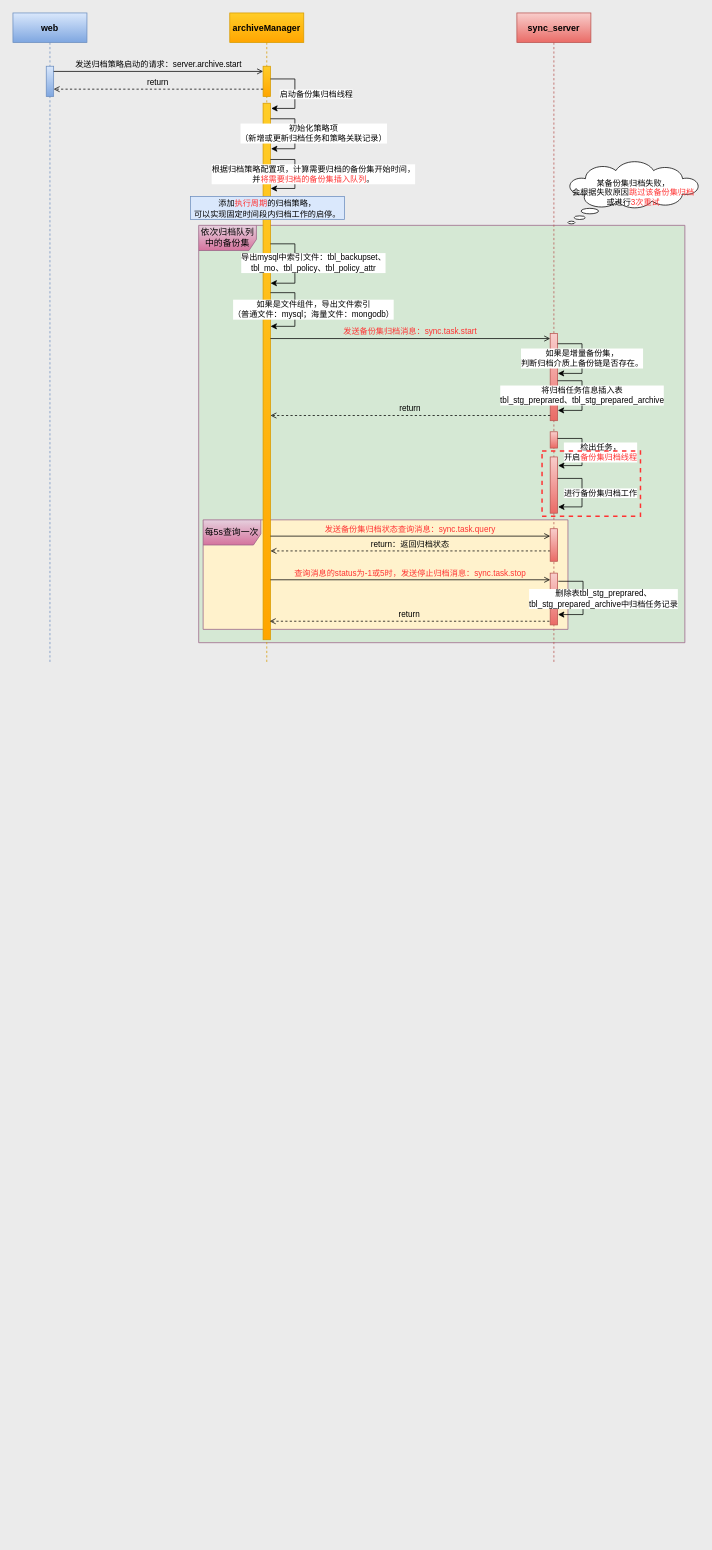
Earlier version of the draw.io diagram page "归档时序图" (6 of 13) of 02-unary_work/01-黑方6.8版本归档模块/黑方V6.8归档服务模块sync_server原理图.drawio (chenzhaoguo/UML). Source tidied: cells renumbered, new cells numbered last; positions are measured from the earlier drawing's top-left corner, leaving out a move shared by most shapes. Both pictures are drawn from the tidied source at 74%, with x=0, y=0 at pixel (13, 13).
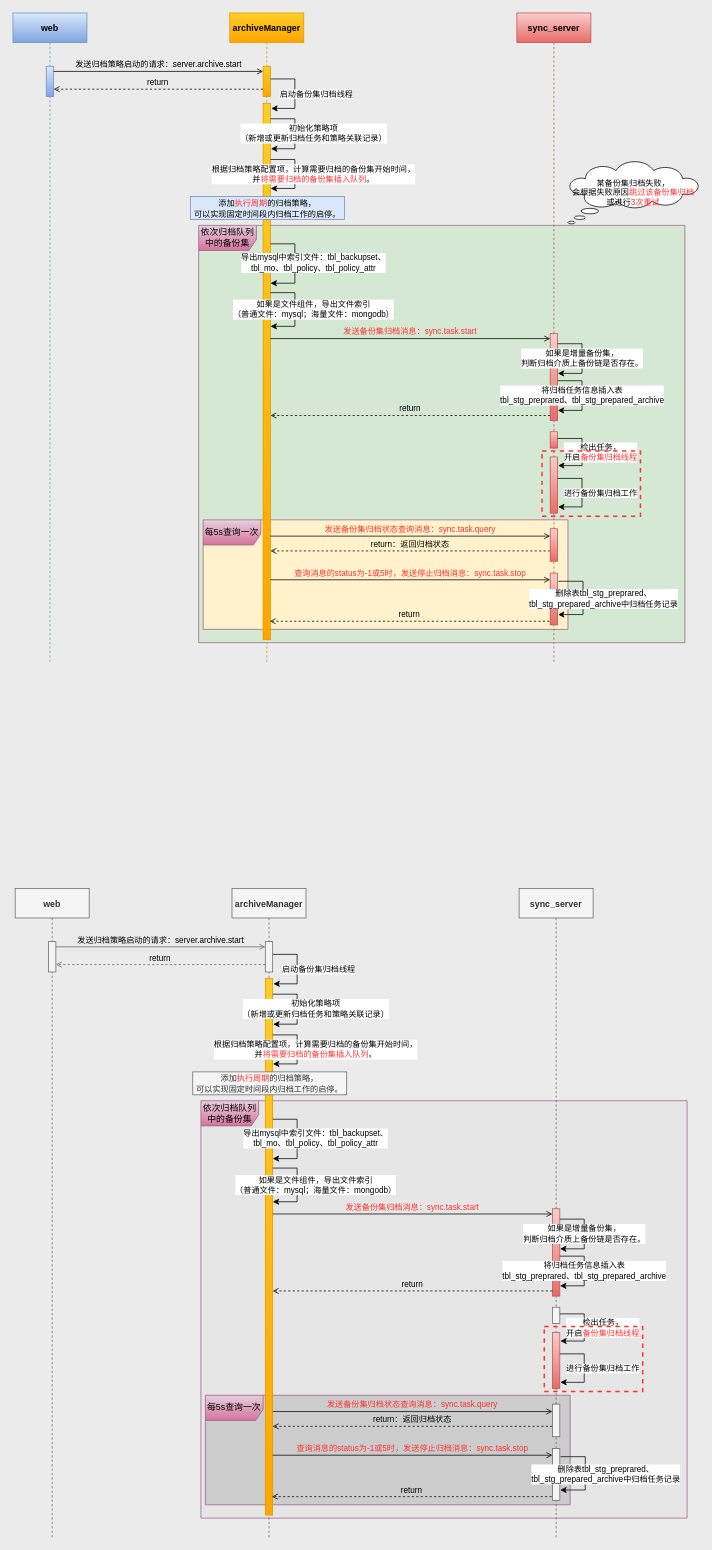
The same diagram, later.

What changed in the source:
```diff
@@
+    <mxCell id="46" value="依次归档队列中的备份集" style="shape=umlFrame;whiteSpace=wrap;html=1;width=78;height=34;fillColor=#e6d0de;gradientColor=#d5739d;strokeColor=#996185;shadow=0;sketch=0;swimlaneFillColor=#E6E6E6;" parent="1" vertex="1">
+      <mxGeometry x="254" y="1470" width="657" height="564" as="geometry" />
+    </mxCell>
@@
+    <mxCell id="47" value="每5s查询一次" style="shape=umlFrame;whiteSpace=wrap;html=1;width=78;height=34;fillColor=#e6d0de;gradientColor=#d5739d;strokeColor=#996185;swimlaneFillColor=#CCCCCC;" parent="1" vertex="1">
+      <mxGeometry x="260" y="1868" width="493" height="148" as="geometry" />
+    </mxCell>
@@
+    <mxCell id="48" value="web" style="shape=umlLifeline;perimeter=lifelinePerimeter;rounded=0;shadow=0;strokeWidth=1;fillColor=#f5f5f5;strokeColor=#666666;fontStyle=1;fontColor=#333333;" parent="1" vertex="1">
+      <mxGeometry x="3" y="1183" width="100" height="877" as="geometry" />
+    </mxCell>
+    <mxCell id="49" style="perimeter=orthogonalPerimeter;rounded=0;shadow=0;strokeWidth=1;fillColor=#f5f5f5;fontColor=#333333;strokeColor=#666666;" parent="48" vertex="1">
+      <mxGeometry x="45" y="72" width="10" height="41" as="geometry" />
+    </mxCell>
@@
+    <mxCell id="50" value="archiveManager" style="shape=umlLifeline;perimeter=lifelinePerimeter;rounded=0;shadow=0;strokeWidth=1;fillColor=#f5f5f5;strokeColor=#666666;fontStyle=1;fontColor=#333333;" parent="1" vertex="1">
+      <mxGeometry x="296" y="1183" width="100" height="877" as="geometry" />
+    </mxCell>
+    <mxCell id="51" style="points=[];perimeter=orthogonalPerimeter;rounded=0;shadow=0;strokeWidth=1;fillColor=#f5f5f5;strokeColor=#666666;fontColor=#333333;" parent="50" vertex="1">
+      <mxGeometry x="45" y="72" width="10" height="41" as="geometry" />
+    </mxCell>
+    <mxCell id="52" style="perimeter=orthogonalPerimeter;rounded=0;shadow=0;strokeWidth=1;fillColor=#ffcd28;gradientColor=#ffa500;strokeColor=#d79b00;" parent="50" vertex="1">
+      <mxGeometry x="45" y="122" width="10" height="725" as="geometry" />
+    </mxCell>
+    <mxCell id="53" style="edgeStyle=elbowEdgeStyle;elbow=horizontal;endArrow=classic;html=1;rounded=0;sourcePerimeterSpacing=0;strokeColor=#000000;exitX=1.006;exitY=0.419;exitDx=0;exitDy=0;exitPerimeter=0;" parent="50" edge="1" source="51">
+      <mxGeometry relative="1" as="geometry">
+        <mxPoint x="56" y="129" as="targetPoint" />
+        <Array as="points">
+          <mxPoint x="88" y="167" />
+        </Array>
+      </mxGeometry>
+    </mxCell>
+    <mxCell id="54" value="启动备份集归档线程" style="edgeLabel;html=1;align=center;verticalAlign=middle;labelBackgroundColor=default;" parent="53" vertex="1">
+      <mxGeometry x="-0.2" relative="1" as="geometry">
+        <mxPoint x="28" y="11" as="offset" />
+      </mxGeometry>
+    </mxCell>
+    <mxCell id="55" style="edgeStyle=elbowEdgeStyle;elbow=horizontal;endArrow=classic;html=1;rounded=0;sourcePerimeterSpacing=0;strokeColor=#000000;entryX=1.006;entryY=0.482;entryDx=0;entryDy=0;entryPerimeter=0;" parent="50" edge="1">
+      <mxGeometry relative="1" as="geometry">
+        <mxPoint x="55" y="378" as="sourcePoint" />
+        <mxPoint x="55.1" y="423.5" as="targetPoint" />
+        <Array as="points">
+          <mxPoint x="88" y="416" />
+        </Array>
+      </mxGeometry>
+    </mxCell>
+    <mxCell id="56" value="如果是文件组件，导出文件索引&lt;br&gt;（普通文件：mysql；海量文件：mongodb）" style="edgeLabel;align=center;verticalAlign=middle;labelBackgroundColor=default;html=1;fontColor=default;" parent="55" vertex="1">
+      <mxGeometry x="-0.2" relative="1" as="geometry">
+        <mxPoint x="24" y="10" as="offset" />
+      </mxGeometry>
+    </mxCell>
+    <mxCell id="57" style="edgeStyle=elbowEdgeStyle;elbow=horizontal;endArrow=classic;html=1;rounded=0;sourcePerimeterSpacing=0;strokeColor=#000000;entryX=1.006;entryY=0.482;entryDx=0;entryDy=0;entryPerimeter=0;" parent="50" edge="1">
+      <mxGeometry relative="1" as="geometry">
+        <mxPoint x="55" y="312" as="sourcePoint" />
+        <mxPoint x="55.1" y="365.2" as="targetPoint" />
+        <Array as="points">
+          <mxPoint x="88" y="350" />
+        </Array>
+      </mxGeometry>
+    </mxCell>
+    <mxCell id="58" value="导出mysql中索引文件：tbl_backupset、&lt;br&gt;tbl_mo、tbl_policy、tbl_policy_attr" style="edgeLabel;html=1;align=center;verticalAlign=middle;labelBackgroundColor=default;" parent="57" vertex="1">
+      <mxGeometry x="-0.2" relative="1" as="geometry">
+        <mxPoint x="24" y="10" as="offset" />
+      </mxGeometry>
+    </mxCell>
+    <mxCell id="59" style="edgeStyle=elbowEdgeStyle;elbow=horizontal;endArrow=classic;html=1;rounded=0;sourcePerimeterSpacing=0;strokeColor=#000000;entryX=1.066;entryY=0.111;entryDx=0;entryDy=0;entryPerimeter=0;" parent="50" edge="1">
+      <mxGeometry relative="1" as="geometry">
+        <mxPoint x="55" y="143" as="sourcePoint" />
+        <mxPoint x="55.7" y="183.5" as="targetPoint" />
+        <Array as="points">
+          <mxPoint x="88" y="181" />
+        </Array>
+      </mxGeometry>
+    </mxCell>
+    <mxCell id="60" value="初始化策略项&lt;br&gt;（新增或更新归档任务和策略关联记录）" style="edgeLabel;html=1;align=center;verticalAlign=middle;labelBackgroundColor=default;" parent="59" vertex="1">
+      <mxGeometry x="-0.2" relative="1" as="geometry">
+        <mxPoint x="24" y="10" as="offset" />
+      </mxGeometry>
+    </mxCell>
+    <mxCell id="61" style="edgeStyle=elbowEdgeStyle;elbow=horizontal;endArrow=classic;html=1;rounded=0;sourcePerimeterSpacing=0;strokeColor=#000000;entryX=1.033;entryY=0.192;entryDx=0;entryDy=0;entryPerimeter=0;" parent="50" edge="1">
+      <mxGeometry relative="1" as="geometry">
+        <mxPoint x="55" y="198" as="sourcePoint" />
+        <mxPoint x="55.3" y="237.2" as="targetPoint" />
+        <Array as="points">
+          <mxPoint x="88" y="236" />
+        </Array>
+      </mxGeometry>
+    </mxCell>
+    <mxCell id="62" value="根据归档策略配置项，计算需要归档的备份集开始时间，&lt;br&gt;并&lt;font color=&quot;#ff3333&quot;&gt;将需要归档的备份集插入队列&lt;/font&gt;。" style="edgeLabel;html=1;align=center;verticalAlign=middle;labelBackgroundColor=default;" parent="61" vertex="1">
+      <mxGeometry x="-0.2" relative="1" as="geometry">
+        <mxPoint x="24" y="10" as="offset" />
+      </mxGeometry>
+    </mxCell>
@@
+    <mxCell id="63" value="return" style="verticalAlign=bottom;endArrow=open;dashed=1;endSize=6;exitX=0;exitY=0.95;shadow=0;strokeWidth=1;labelBackgroundColor=none;fillColor=#f5f5f5;strokeColor=#666666;" parent="1" edge="1">
+      <mxGeometry relative="1" as="geometry">
+        <mxPoint x="341" y="1286" as="sourcePoint" />
+        <mxPoint x="58" y="1286" as="targetPoint" />
+      </mxGeometry>
+    </mxCell>
@@
+    <mxCell id="64" value="发送归档策略启动的请求：server.archive.start" style="verticalAlign=bottom;endArrow=open;entryX=0;entryY=0;shadow=0;strokeWidth=1;endFill=0;labelBackgroundColor=none;fillColor=#f5f5f5;strokeColor=#666666;" parent="1" edge="1">
+      <mxGeometry relative="1" as="geometry">
+        <mxPoint x="58" y="1262" as="sourcePoint" />
+        <mxPoint x="341" y="1262" as="targetPoint" />
+      </mxGeometry>
+    </mxCell>
@@
+    <mxCell id="65" value="发送备份集归档状态查询消息：sync.task.query" style="verticalAlign=bottom;endArrow=open;shadow=0;strokeWidth=1;exitX=1.048;exitY=0.811;exitDx=0;exitDy=0;exitPerimeter=0;entryX=0.013;entryY=0.043;entryDx=0;entryDy=0;entryPerimeter=0;endFill=0;fontColor=#FF3333;labelBackgroundColor=none;" parent="1" edge="1">
+      <mxGeometry relative="1" as="geometry">
+        <mxPoint x="351" y="1890" as="sourcePoint" />
+        <mxPoint x="729" y="1890" as="targetPoint" />
+      </mxGeometry>
+    </mxCell>
@@
+    <mxCell id="66" value="发送备份集归档消息：sync.task.start" style="verticalAlign=bottom;endArrow=open;shadow=0;strokeWidth=1;exitX=1.048;exitY=0.811;exitDx=0;exitDy=0;exitPerimeter=0;entryX=0.013;entryY=0.043;entryDx=0;entryDy=0;entryPerimeter=0;endFill=0;fontColor=#FF3333;labelBackgroundColor=none;" parent="1" edge="1">
+      <mxGeometry relative="1" as="geometry">
+        <mxPoint x="351" y="1623" as="sourcePoint" />
+        <mxPoint x="729" y="1623" as="targetPoint" />
+      </mxGeometry>
+    </mxCell>
@@
+    <mxCell id="67" value="return：返回归档状态" style="verticalAlign=bottom;endArrow=open;dashed=1;endSize=6;exitX=0;exitY=0.95;shadow=0;strokeWidth=1;labelBackgroundColor=none;" parent="1" edge="1">
+      <mxGeometry relative="1" as="geometry">
+        <mxPoint x="729" y="1910" as="sourcePoint" />
+        <mxPoint x="351" y="1910" as="targetPoint" />
+      </mxGeometry>
+    </mxCell>
@@
+    <mxCell id="68" value="sync_server" style="shape=umlLifeline;perimeter=lifelinePerimeter;rounded=0;shadow=0;strokeWidth=1;fillColor=#f5f5f5;strokeColor=#666666;fontStyle=1;fontColor=#333333;" parent="1" vertex="1">
+      <mxGeometry x="684" y="1183" width="100" height="877" as="geometry" />
+    </mxCell>
+    <mxCell id="69" style="perimeter=orthogonalPerimeter;rounded=0;shadow=0;strokeWidth=1;fillColor=#f5f5f5;strokeColor=#666666;fontColor=#333333;" parent="68" vertex="1">
+      <mxGeometry x="45" y="566" width="10" height="22" as="geometry" />
+    </mxCell>
+    <mxCell id="70" style="perimeter=orthogonalPerimeter;rounded=0;shadow=0;strokeWidth=1;fillColor=#f5f5f5;strokeColor=#666666;fontColor=#333333;" parent="68" vertex="1">
+      <mxGeometry x="45" y="697" width="10" height="44" as="geometry" />
+    </mxCell>
+    <mxCell id="71" style="perimeter=orthogonalPerimeter;rounded=0;shadow=0;strokeWidth=1;fillColor=#f8cecc;gradientColor=#ea6b66;strokeColor=#b85450;" parent="68" vertex="1">
+      <mxGeometry x="45" y="433" width="10" height="118" as="geometry" />
+    </mxCell>
+    <mxCell id="72" style="edgeStyle=elbowEdgeStyle;elbow=horizontal;endArrow=classic;html=1;rounded=0;sourcePerimeterSpacing=0;strokeColor=#000000;entryX=1.033;entryY=0.385;entryDx=0;entryDy=0;entryPerimeter=0;" parent="68" edge="1">
+      <mxGeometry relative="1" as="geometry">
+        <mxPoint x="55" y="497" as="sourcePoint" />
+        <mxPoint x="55.3" y="537.1" as="targetPoint" />
+        <Array as="points">
+          <mxPoint x="88" y="535" />
+        </Array>
+      </mxGeometry>
+    </mxCell>
+    <mxCell id="73" value="将归档任务信息插入表&lt;br&gt;tbl_stg_preprared、tbl_stg_prepared_archive" style="edgeLabel;html=1;align=center;verticalAlign=middle;labelBackgroundColor=default;" parent="72" vertex="1">
+      <mxGeometry x="-0.2" relative="1" as="geometry">
+        <mxPoint x="-1" y="10" as="offset" />
+      </mxGeometry>
+    </mxCell>
+    <mxCell id="74" style="edgeStyle=elbowEdgeStyle;elbow=horizontal;endArrow=classic;html=1;rounded=0;sourcePerimeterSpacing=0;strokeColor=#000000;entryX=1.067;entryY=0.397;entryDx=0;entryDy=0;entryPerimeter=0;" parent="68" edge="1">
+      <mxGeometry relative="1" as="geometry">
+        <mxPoint x="55" y="575" as="sourcePoint" />
+        <mxPoint x="55.7" y="611.7" as="targetPoint" />
+        <Array as="points">
+          <mxPoint x="88" y="613" />
+        </Array>
+      </mxGeometry>
+    </mxCell>
+    <mxCell id="75" value="检出任务，&lt;br&gt;开启&lt;font color=&quot;#ff3333&quot;&gt;备份集归档线程&lt;/font&gt;" style="edgeLabel;html=1;align=center;verticalAlign=middle;labelBackgroundColor=default;" parent="74" vertex="1">
+      <mxGeometry x="-0.2" relative="1" as="geometry">
+        <mxPoint x="24" y="10" as="offset" />
+      </mxGeometry>
+    </mxCell>
+    <mxCell id="76" style="points=[];perimeter=orthogonalPerimeter;rounded=0;shadow=0;strokeWidth=1;fillColor=#f5f5f5;strokeColor=#666666;fontColor=#333333;" parent="68" vertex="1">
+      <mxGeometry x="45" y="757" width="10" height="70" as="geometry" />
+    </mxCell>
+    <mxCell id="77" style="edgeStyle=elbowEdgeStyle;elbow=horizontal;endArrow=classic;html=1;rounded=0;sourcePerimeterSpacing=0;strokeColor=#000000;entryX=1.055;entryY=0.8;entryDx=0;entryDy=0;entryPerimeter=0;exitX=1.157;exitY=0.432;exitDx=0;exitDy=0;exitPerimeter=0;" parent="68" edge="1" target="76">
+      <mxGeometry relative="1" as="geometry">
+        <mxPoint x="56" y="768" as="sourcePoint" />
+        <Array as="points">
+          <mxPoint x="89.4" y="741" />
+        </Array>
+      </mxGeometry>
+    </mxCell>
+    <mxCell id="78" value="删除表tbl_stg_preprared、&lt;br&gt;tbl_stg_prepared_archive中归档任务记录" style="edgeLabel;html=1;align=center;verticalAlign=middle;labelBackgroundColor=default;" parent="77" vertex="1">
+      <mxGeometry x="-0.2" relative="1" as="geometry">
+        <mxPoint x="27" y="12" as="offset" />
+      </mxGeometry>
+    </mxCell>
+    <mxCell id="79" style="perimeter=orthogonalPerimeter;rounded=0;shadow=0;strokeWidth=1;fillColor=#f8cecc;gradientColor=#ea6b66;strokeColor=#b85450;" parent="68" vertex="1">
+      <mxGeometry x="45" y="600" width="10" height="76" as="geometry" />
+    </mxCell>
+    <mxCell id="80" style="edgeStyle=elbowEdgeStyle;elbow=horizontal;endArrow=classic;html=1;rounded=0;sourcePerimeterSpacing=0;strokeColor=#000000;entryX=1.067;entryY=0.397;entryDx=0;entryDy=0;entryPerimeter=0;" parent="68" edge="1">
+      <mxGeometry relative="1" as="geometry">
+        <mxPoint x="55" y="629" as="sourcePoint" />
+        <mxPoint x="55.7" y="667.5" as="targetPoint" />
+        <Array as="points">
+          <mxPoint x="88" y="667" />
+        </Array>
+      </mxGeometry>
+    </mxCell>
+    <mxCell id="81" value="进行备份集归档工作" style="edgeLabel;html=1;align=center;verticalAlign=middle;labelBackgroundColor=default;" parent="80" vertex="1">
+      <mxGeometry x="-0.2" relative="1" as="geometry">
+        <mxPoint x="24" y="10" as="offset" />
+      </mxGeometry>
+    </mxCell>
+    <mxCell id="82" style="edgeStyle=elbowEdgeStyle;elbow=horizontal;endArrow=classic;html=1;rounded=0;sourcePerimeterSpacing=0;strokeColor=#000000;entryX=1.033;entryY=0.385;entryDx=0;entryDy=0;entryPerimeter=0;" parent="68" edge="1">
+      <mxGeometry relative="1" as="geometry">
+        <mxPoint x="55" y="447" as="sourcePoint" />
+        <mxPoint x="55.3" y="487.1" as="targetPoint" />
+        <Array as="points">
+          <mxPoint x="88" y="485" />
+        </Array>
+      </mxGeometry>
+    </mxCell>
+    <mxCell id="83" value="如果是增量备份集，&lt;br&gt;判断归档介质上备份链是否存在。" style="edgeLabel;html=1;align=center;verticalAlign=middle;labelBackgroundColor=default;" parent="82" vertex="1">
+      <mxGeometry x="-0.2" relative="1" as="geometry">
+        <mxPoint x="-1" y="10" as="offset" />
+      </mxGeometry>
+    </mxCell>
@@
+    <mxCell id="84" value="return" style="verticalAlign=bottom;endArrow=open;dashed=1;endSize=6;exitX=0;exitY=0.95;shadow=0;strokeWidth=1;labelBackgroundColor=none;" parent="1" edge="1">
+      <mxGeometry relative="1" as="geometry">
+        <mxPoint x="729" y="1727" as="sourcePoint" />
+        <mxPoint x="351" y="1727" as="targetPoint" />
+      </mxGeometry>
+    </mxCell>
@@
+    <mxCell id="85" value="查询消息的status为-1或5时，发送停止归档消息：sync.task.stop" style="verticalAlign=bottom;endArrow=open;shadow=0;strokeWidth=1;exitX=1.048;exitY=0.811;exitDx=0;exitDy=0;exitPerimeter=0;entryX=0.013;entryY=0.043;entryDx=0;entryDy=0;entryPerimeter=0;endFill=0;fontColor=#FF3333;labelBackgroundColor=none;" parent="1" edge="1">
+      <mxGeometry relative="1" as="geometry">
+        <mxPoint x="351" y="1949" as="sourcePoint" />
+        <mxPoint x="729" y="1949" as="targetPoint" />
+      </mxGeometry>
+    </mxCell>
@@
+    <mxCell id="86" value="return" style="verticalAlign=bottom;endArrow=open;dashed=1;endSize=6;exitX=0;exitY=0.95;shadow=0;strokeWidth=1;labelBackgroundColor=none;" parent="1" edge="1">
+      <mxGeometry relative="1" as="geometry">
+        <mxPoint x="728" y="2005" as="sourcePoint" />
+        <mxPoint x="350" y="2005" as="targetPoint" />
+      </mxGeometry>
+    </mxCell>
@@
+    <mxCell id="87" value="&lt;span style=&quot;font-size: 11px;&quot;&gt;添加&lt;/span&gt;&lt;font style=&quot;font-size: 11px;&quot; color=&quot;#ff3333&quot;&gt;执行周期&lt;/font&gt;&lt;span style=&quot;font-size: 11px;&quot;&gt;的归档策略，&lt;/span&gt;&lt;br style=&quot;font-size: 11px;&quot;&gt;&lt;span style=&quot;font-size: 11px;&quot;&gt;可以实现固定时间段内归档工作的启停。&lt;/span&gt;" style="rounded=0;whiteSpace=wrap;html=1;fillColor=#f5f5f5;strokeColor=#666666;fontColor=#333333;" parent="1" vertex="1">
+      <mxGeometry x="243" y="1431" width="208" height="31" as="geometry" />
+    </mxCell>
@@
+    <mxCell id="88" style="rounded=0;whiteSpace=wrap;html=1;sketch=0;strokeColor=#FF3333;fillColor=none;dashed=1;strokeWidth=2;" parent="1" vertex="1">
+      <mxGeometry x="718" y="1775" width="133" height="88" as="geometry" />
+    </mxCell>
```
